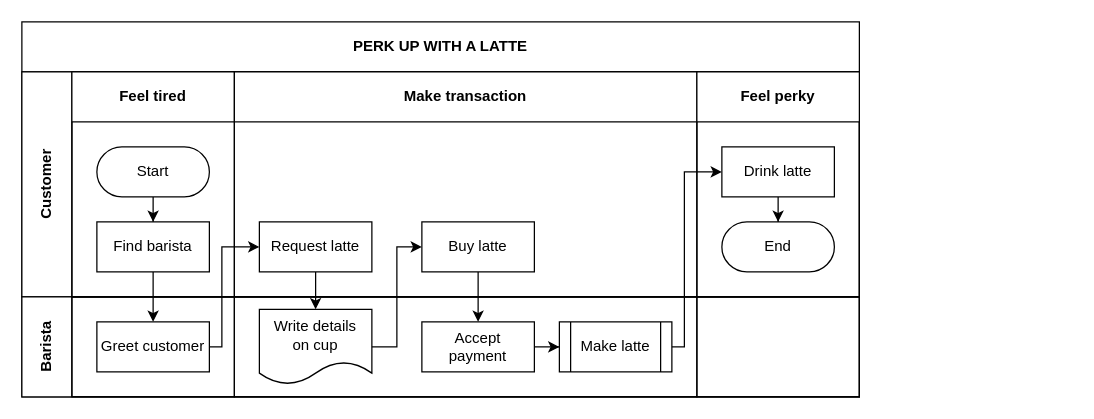
Before: Untitled Diagram.drawio in charlotte-dot/Diagram, a draw.io diagram. Source tidied: cells renumbered, new cells numbered last; positions are measured from the earlier drawing's top-left corner, leaving out a move shared by most shapes. Both pictures are drawn from the tidied source at 125%, with x=0, y=0 at pixel (21, 21).
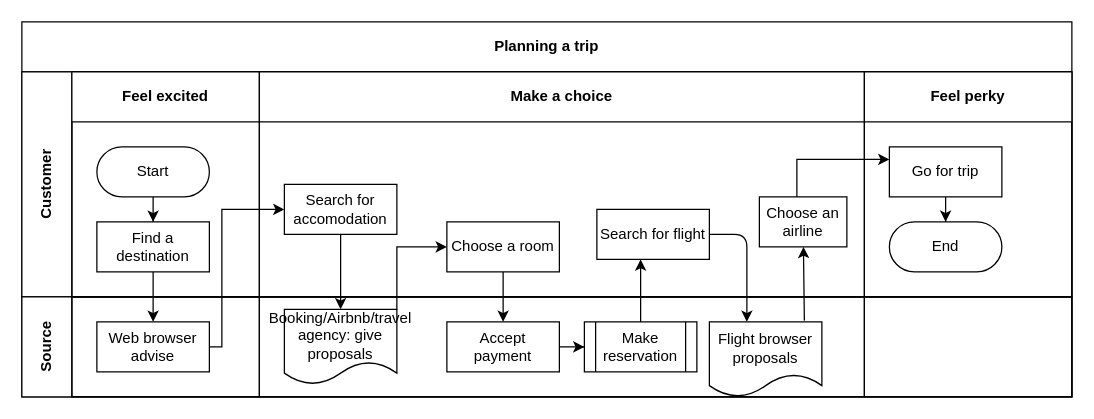
The same diagram, later.

Change to the diagram source:
```diff
@@
-    <mxCell id="2" value="PERK UP WITH A LATTE" style="shape=table;childLayout=tableLayout;rowLines=0;columnLines=0;startSize=40;html=1;whiteSpace=wrap;fontStyle=1;" parent="1" vertex="1">
-      <mxGeometry width="670" height="300" as="geometry" />
+    <mxCell id="2" value="Planning a trip" style="shape=table;childLayout=tableLayout;rowLines=0;columnLines=0;startSize=40;html=1;whiteSpace=wrap;fontStyle=1;" parent="1" vertex="1">
+      <mxGeometry width="840" height="300" as="geometry" />
     </mxCell>
@@
     <mxCell id="4" value="Customer" style="swimlane;horizontal=0;startSize=40;html=1;whiteSpace=wrap;" parent="2" vertex="1">
-      <mxGeometry y="40" width="670" height="180" as="geometry" />
+      <mxGeometry y="40" width="840" height="180" as="geometry" />
     </mxCell>
-    <mxCell id="5" value="Feel tired" style="swimlane;startSize=40;html=1;whiteSpace=wrap;" parent="4" vertex="1">
-      <mxGeometry x="40" width="130" height="180" as="geometry" />
+    <mxCell id="5" value="Feel excited" style="swimlane;startSize=40;html=1;whiteSpace=wrap;" parent="4" vertex="1">
+      <mxGeometry x="40" width="150" height="180" as="geometry" />
     </mxCell>
@@
-    <mxCell id="8" value="Find barista" style="rounded=0;whiteSpace=wrap;html=1;" parent="5" vertex="1">
+    <mxCell id="8" value="Find a destination" style="rounded=0;whiteSpace=wrap;html=1;" parent="5" vertex="1">
       <mxGeometry x="20" y="120" width="90" height="40" as="geometry" />
     </mxCell>
-    <mxCell id="9" value="Make transaction" style="swimlane;startSize=40;html=1;whiteSpace=wrap;" parent="4" vertex="1">
-      <mxGeometry x="170" width="370" height="180" as="geometry" />
+    <mxCell id="9" value="Make a choice" style="swimlane;startSize=40;html=1;whiteSpace=wrap;" parent="4" vertex="1">
+      <mxGeometry x="190" width="484" height="180" as="geometry" />
     </mxCell>
+    <mxCell id="30" style="edgeStyle=orthogonalEdgeStyle;rounded=0;jettySize=auto;html=1;entryX=0;entryY=0.25;entryDx=0;entryDy=0;" parent="9" edge="1" target="14">
+      <mxGeometry relative="1" as="geometry">
+        <mxPoint x="430" y="100" as="sourcePoint" />
+        <Array as="points">
+          <mxPoint x="430" y="70" />
+        </Array>
+      </mxGeometry>
+    </mxCell>
-    <mxCell id="10" value="Request latte" style="rounded=0;whiteSpace=wrap;html=1;" parent="9" vertex="1">
-      <mxGeometry x="20" y="120" width="90" height="40" as="geometry" />
+    <mxCell id="10" value="Search for accomodation" style="rounded=0;whiteSpace=wrap;html=1;" parent="9" vertex="1">
+      <mxGeometry x="20" y="90" width="90" height="40" as="geometry" />
     </mxCell>
+    <mxCell id="31" value="Choose an airline" style="rounded=0;whiteSpace=wrap;html=1;" parent="9" vertex="1">
+      <mxGeometry x="400" y="100" width="70" height="40" as="geometry" />
+    </mxCell>
-    <mxCell id="11" value="Buy latte" style="rounded=0;whiteSpace=wrap;html=1;" parent="9" vertex="1">
+    <mxCell id="11" value="Choose a room" style="rounded=0;whiteSpace=wrap;html=1;" parent="9" vertex="1">
       <mxGeometry x="150" y="120" width="90" height="40" as="geometry" />
     </mxCell>
     <mxCell id="12" value="Feel perky" style="swimlane;startSize=40;html=1;whiteSpace=wrap;" parent="4" vertex="1">
-      <mxGeometry x="540" width="130" height="180" as="geometry" />
+      <mxGeometry x="674" width="166" height="180" as="geometry" />
     </mxCell>
@@
-    <mxCell id="14" value="Drink latte" style="rounded=0;whiteSpace=wrap;html=1;" parent="12" vertex="1">
+    <mxCell id="14" value="Go for trip" style="rounded=0;whiteSpace=wrap;html=1;" parent="12" vertex="1">
       <mxGeometry x="20" y="60" width="90" height="40" as="geometry" />
     </mxCell>
@@
-    <mxCell id="16" value="Barista" style="swimlane;horizontal=0;startSize=40;html=1;whiteSpace=wrap;" parent="2" vertex="1">
-      <mxGeometry y="220" width="670" height="80" as="geometry" />
+    <mxCell id="16" value="&lt;div&gt;Source&lt;/div&gt;" style="swimlane;horizontal=0;startSize=40;html=1;whiteSpace=wrap;" parent="2" vertex="1">
+      <mxGeometry y="220" width="840" height="80" as="geometry" />
     </mxCell>
     <mxCell id="17" style="swimlane;startSize=0;html=1;whiteSpace=wrap;" parent="16" vertex="1">
-      <mxGeometry x="40" width="130" height="80" as="geometry" />
+      <mxGeometry x="40" width="150" height="80" as="geometry" />
     </mxCell>
-    <mxCell id="18" value="Greet customer" style="rounded=0;whiteSpace=wrap;html=1;" parent="17" vertex="1">
+    <mxCell id="18" value="Web browser advise " style="rounded=0;whiteSpace=wrap;html=1;" parent="17" vertex="1">
       <mxGeometry x="20" y="20" width="90" height="40" as="geometry" />
     </mxCell>
     <mxCell id="19" style="swimlane;startSize=0;html=1;whiteSpace=wrap;" parent="16" vertex="1">
-      <mxGeometry x="170" width="370" height="80" as="geometry" />
+      <mxGeometry x="190" width="484" height="80" as="geometry" />
     </mxCell>
@@
+    <mxCell id="32" value="Flight browser proposals" style="shape=document;whiteSpace=wrap;html=1;boundedLbl=1;" parent="19" vertex="1">
+      <mxGeometry x="360" y="20" width="90" height="60" as="geometry" />
+    </mxCell>
@@
-    <mxCell id="22" value="Write details&lt;br&gt;on cup" style="shape=document;whiteSpace=wrap;html=1;boundedLbl=1;" parent="19" vertex="1">
+    <mxCell id="22" value="Booking/Airbnb/travel agency: give proposals" style="shape=document;whiteSpace=wrap;html=1;boundedLbl=1;" parent="19" vertex="1">
       <mxGeometry x="20" y="10" width="90" height="60" as="geometry" />
     </mxCell>
-    <mxCell id="23" value="Make latte" style="shape=process;whiteSpace=wrap;html=1;backgroundOutline=1;" parent="19" vertex="1">
+    <mxCell id="23" value="Make reservation" style="shape=process;whiteSpace=wrap;html=1;backgroundOutline=1;" parent="19" vertex="1">
       <mxGeometry x="260" y="20" width="90" height="40" as="geometry" />
     </mxCell>
     <mxCell id="24" style="swimlane;startSize=0;html=1;whiteSpace=wrap;" parent="16" vertex="1">
-      <mxGeometry x="540" width="130" height="80" as="geometry" />
+      <mxGeometry x="674" width="166" height="80" as="geometry" />
     </mxCell>
     <mxCell id="25" style="edgeStyle=orthogonalEdgeStyle;rounded=0;jettySize=auto;html=1;" parent="2" edge="1" source="18" target="10">
       <mxGeometry relative="1" as="geometry">
         <Array as="points">
           <mxPoint x="160" y="260" />
-          <mxPoint x="160" y="180" />
+          <mxPoint x="160" y="150" />
         </Array>
       </mxGeometry>
     </mxCell>
@@
+    <mxCell id="33" style="endArrow=classic;html=1;" parent="2" edge="1" target="31">
+      <mxGeometry relative="1" as="geometry">
+        <mxPoint x="626" y="239" as="sourcePoint" />
+      </mxGeometry>
+    </mxCell>
+    <mxCell id="34" value="Search for flight" style="rounded=0;whiteSpace=wrap;html=1;" parent="1" vertex="1">
+      <mxGeometry x="460" y="150" width="90" height="40" as="geometry" />
+    </mxCell>
-    <mxCell id="29" style="edgeStyle=orthogonalEdgeStyle;rounded=0;jettySize=auto;html=1;" parent="2" edge="1" source="23" target="14">
+    <mxCell id="29" style="edgeStyle=orthogonalEdgeStyle;rounded=0;jettySize=auto;html=1;" parent="1" edge="1" source="23" target="34">
       <mxGeometry relative="1" as="geometry">
         <Array as="points">
-          <mxPoint x="530" y="260" />
-          <mxPoint x="530" y="120" />
+          <mxPoint x="490" y="160" />
         </Array>
       </mxGeometry>
     </mxCell>
+    <mxCell id="35" style="endArrow=classic;html=1;exitX=1;exitY=0.5;exitDx=0;exitDy=0;" parent="1" edge="1" source="34">
+      <mxGeometry relative="1" as="geometry">
+        <mxPoint x="580" y="240" as="targetPoint" />
+        <Array as="points">
+          <mxPoint x="580" y="170" />
+        </Array>
+      </mxGeometry>
+    </mxCell>
```
